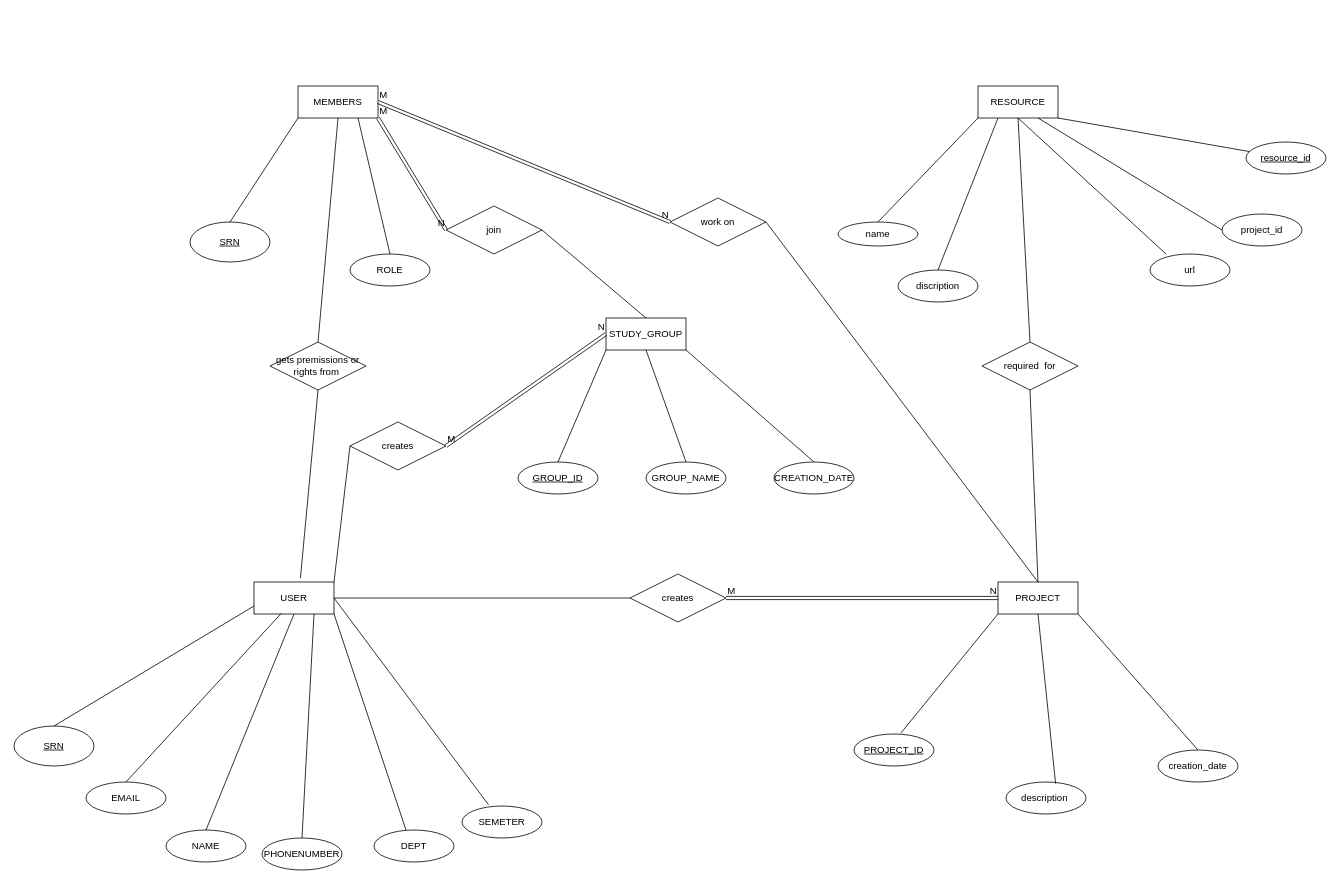
bvgaurav4/COVITEAM keeps this draw.io diagram as er.drawio. Above is the earlier version. Source tidied: cells renumbered, new cells numbered last; positions are measured from the earlier drawing's top-left corner, leaving out a move shared by most shapes. Both pictures are drawn from the tidied source at 80%, with x=0, y=0 at pixel (14, 86).
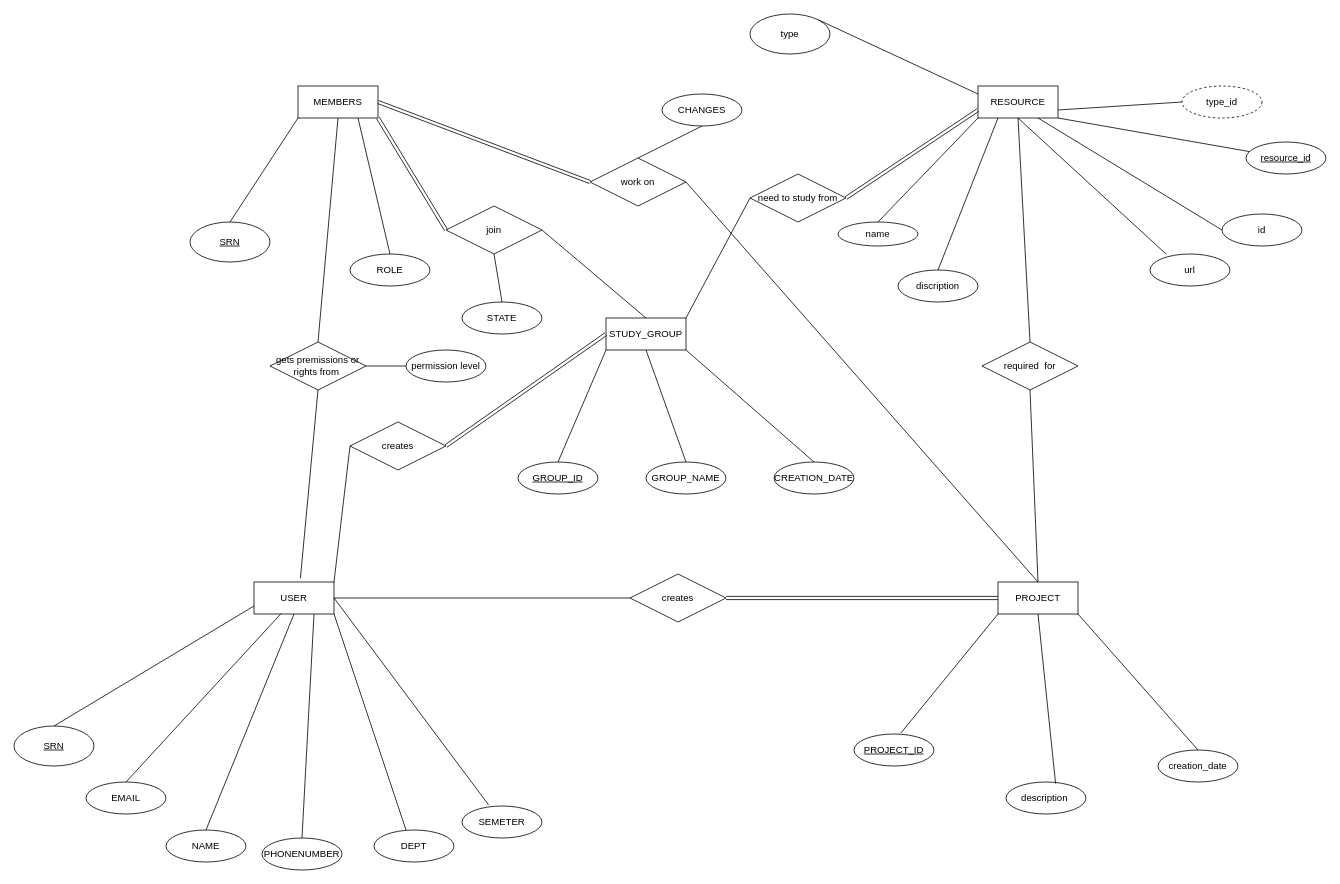
Above is the later version.

Unchanged cells that the change refers to:
```xml
<mxCell id="5" value="RESOURCE" style="whiteSpace=wrap;html=1;align=center;" parent="1" vertex="1">
  <mxGeometry x="1205" width="100" height="40" as="geometry" />
</mxCell>
<mxCell id="6" value="STUDY_GROUP" style="whiteSpace=wrap;html=1;align=center;" parent="1" vertex="1">
  <mxGeometry x="740" y="290" width="100" height="40" as="geometry" />
</mxCell>
<mxCell id="30" value="gets premissions or rights from&amp;nbsp;" style="shape=rhombus;perimeter=rhombusPerimeter;whiteSpace=wrap;html=1;align=center;" parent="1" vertex="1">
  <mxGeometry x="320" y="320" width="120" height="60" as="geometry" />
</mxCell>
<mxCell id="42" value="join" style="shape=rhombus;perimeter=rhombusPerimeter;whiteSpace=wrap;html=1;align=center;" parent="1" vertex="1">
  <mxGeometry x="540" y="150" width="120" height="60" as="geometry" />
</mxCell>
<mxCell id="44" style="shape=link;html=1;rounded=0;entryX=0;entryY=0.5;entryDx=0;entryDy=0;exitX=1;exitY=0.5;exitDx=0;exitDy=0;" parent="1" edge="1" source="20" target="4">
  <mxGeometry relative="1" as="geometry" />
</mxCell>
<mxCell id="47" style="shape=link;html=1;rounded=0;entryX=0;entryY=0.5;entryDx=0;entryDy=0;exitX=0;exitY=0.5;exitDx=0;exitDy=0;" parent="1" edge="1" source="40" target="6">
  <mxGeometry relative="1" as="geometry" />
</mxCell>
<mxCell id="63" style="shape=link;html=1;rounded=0;entryX=0;entryY=0.5;entryDx=0;entryDy=0;entryPerimeter=0;exitX=1;exitY=0.5;exitDx=0;exitDy=0;" parent="1" edge="1" source="3" target="27">
  <mxGeometry relative="1" as="geometry" />
</mxCell>
<mxCell id="66" style="shape=link;html=1;rounded=0;exitX=1;exitY=1;exitDx=0;exitDy=0;entryX=0;entryY=0.5;entryDx=0;entryDy=0;" parent="1" edge="1" source="3" target="42">
  <mxGeometry relative="1" as="geometry" />
</mxCell>
```

Diff of the diagram source:
```diff
@@
     <mxCell id="27" value="work on" style="shape=rhombus;perimeter=rhombusPerimeter;whiteSpace=wrap;html=1;align=center;" parent="1" vertex="1">
-      <mxGeometry x="820" y="140" width="120" height="60" as="geometry" />
+      <mxGeometry x="720" y="90" width="120" height="60" as="geometry" />
     </mxCell>
@@
-    <mxCell id="45" value="M" style="html=1;whiteSpace=wrap;align=left;verticalAlign=bottom;" parent="44" vertex="1">
-      <mxGeometry x="-1" relative="1" as="geometry" />
-    </mxCell>
-    <mxCell id="46" value="N" style="html=1;whiteSpace=wrap;align=right;verticalAlign=bottom;" parent="44" vertex="1">
-      <mxGeometry x="1" relative="1" as="geometry" />
-    </mxCell>
@@
-    <mxCell id="48" value="M" style="html=1;whiteSpace=wrap;align=left;verticalAlign=bottom;" parent="47" vertex="1">
-      <mxGeometry x="-1" relative="1" as="geometry" />
-    </mxCell>
-    <mxCell id="49" value="N" style="html=1;whiteSpace=wrap;align=right;verticalAlign=bottom;" parent="47" vertex="1">
-      <mxGeometry x="1" relative="1" as="geometry" />
-    </mxCell>
@@
-    <mxCell id="62" value="project_id" style="ellipse;whiteSpace=wrap;html=1;align=center;" parent="1" vertex="1">
+    <mxCell id="62" value="id" style="ellipse;whiteSpace=wrap;html=1;align=center;" parent="1" vertex="1">
       <mxGeometry x="1510" y="160" width="100" height="40" as="geometry" />
     </mxCell>
@@
-    <mxCell id="64" value="M" style="html=1;whiteSpace=wrap;align=left;verticalAlign=bottom;" parent="63" vertex="1">
-      <mxGeometry x="-1" relative="1" as="geometry" />
-    </mxCell>
-    <mxCell id="65" value="N" style="html=1;whiteSpace=wrap;align=right;verticalAlign=bottom;" parent="63" vertex="1">
-      <mxGeometry x="1" relative="1" as="geometry" />
-    </mxCell>
@@
-    <mxCell id="67" value="M" style="html=1;whiteSpace=wrap;align=left;verticalAlign=bottom;" parent="66" vertex="1">
-      <mxGeometry x="-1" relative="1" as="geometry" />
-    </mxCell>
-    <mxCell id="68" value="N" style="html=1;whiteSpace=wrap;align=right;verticalAlign=bottom;" parent="66" vertex="1">
-      <mxGeometry x="1" relative="1" as="geometry" />
-    </mxCell>
@@
+    <mxCell id="71" value="type" style="ellipse;whiteSpace=wrap;html=1;align=center;" parent="1" vertex="1">
+      <mxGeometry x="920" y="-90" width="100" height="50" as="geometry" />
+    </mxCell>
+    <mxCell id="72" style="endArrow=none;html=1;entryX=0;entryY=0.25;entryDx=0;entryDy=0;exitX=1;exitY=0;exitDx=0;exitDy=0;" parent="1" edge="1" source="71" target="5">
+      <mxGeometry relative="1" as="geometry" />
+    </mxCell>
+    <mxCell id="73" value="type_id" style="ellipse;whiteSpace=wrap;html=1;align=center;dashed=1;" parent="1" vertex="1">
+      <mxGeometry x="1460" width="100" height="40" as="geometry" />
+    </mxCell>
+    <mxCell id="74" style="endArrow=none;html=1;entryX=1;entryY=0.75;entryDx=0;entryDy=0;exitX=0;exitY=0.5;exitDx=0;exitDy=0;" parent="1" edge="1" source="73" target="5">
+      <mxGeometry relative="1" as="geometry" />
+    </mxCell>
+    <mxCell id="75" value="need to study from" style="shape=rhombus;perimeter=rhombusPerimeter;whiteSpace=wrap;html=1;align=center;" parent="1" vertex="1">
+      <mxGeometry x="920" y="110" width="120" height="60" as="geometry" />
+    </mxCell>
+    <mxCell id="76" style="endArrow=none;html=1;entryX=0;entryY=0.5;entryDx=0;entryDy=0;exitX=1;exitY=0;exitDx=0;exitDy=0;" parent="1" edge="1" source="6" target="75">
+      <mxGeometry relative="1" as="geometry" />
+    </mxCell>
+    <mxCell id="77" style="shape=link;html=1;rounded=0;exitX=1;exitY=0.5;exitDx=0;exitDy=0;entryX=0;entryY=0.75;entryDx=0;entryDy=0;" parent="1" edge="1" source="75" target="5">
+      <mxGeometry relative="1" as="geometry" />
+    </mxCell>
+    <mxCell id="78" value="permission level" style="ellipse;whiteSpace=wrap;html=1;align=center;" parent="1" vertex="1">
+      <mxGeometry x="490" y="330" width="100" height="40" as="geometry" />
+    </mxCell>
+    <mxCell id="79" style="endArrow=none;html=1;exitX=1;exitY=0.5;exitDx=0;exitDy=0;entryX=0;entryY=0.5;entryDx=0;entryDy=0;" parent="1" edge="1" source="30" target="78">
+      <mxGeometry relative="1" as="geometry" />
+    </mxCell>
+    <mxCell id="80" value="CHANGES" style="ellipse;whiteSpace=wrap;html=1;align=center;" parent="1" vertex="1">
+      <mxGeometry x="810" y="10" width="100" height="40" as="geometry" />
+    </mxCell>
+    <mxCell id="81" value="STATE" style="ellipse;whiteSpace=wrap;html=1;align=center;" parent="1" vertex="1">
+      <mxGeometry x="560" y="270" width="100" height="40" as="geometry" />
+    </mxCell>
+    <mxCell id="82" style="endArrow=none;html=1;entryX=0.5;entryY=1;entryDx=0;entryDy=0;exitX=0.5;exitY=0;exitDx=0;exitDy=0;" parent="1" edge="1" source="81" target="42">
+      <mxGeometry relative="1" as="geometry" />
+    </mxCell>
+    <mxCell id="83" style="endArrow=none;html=1;entryX=0.5;entryY=1;entryDx=0;entryDy=0;exitX=0.5;exitY=0;exitDx=0;exitDy=0;" parent="1" edge="1" source="27" target="80">
+      <mxGeometry relative="1" as="geometry" />
+    </mxCell>
```
